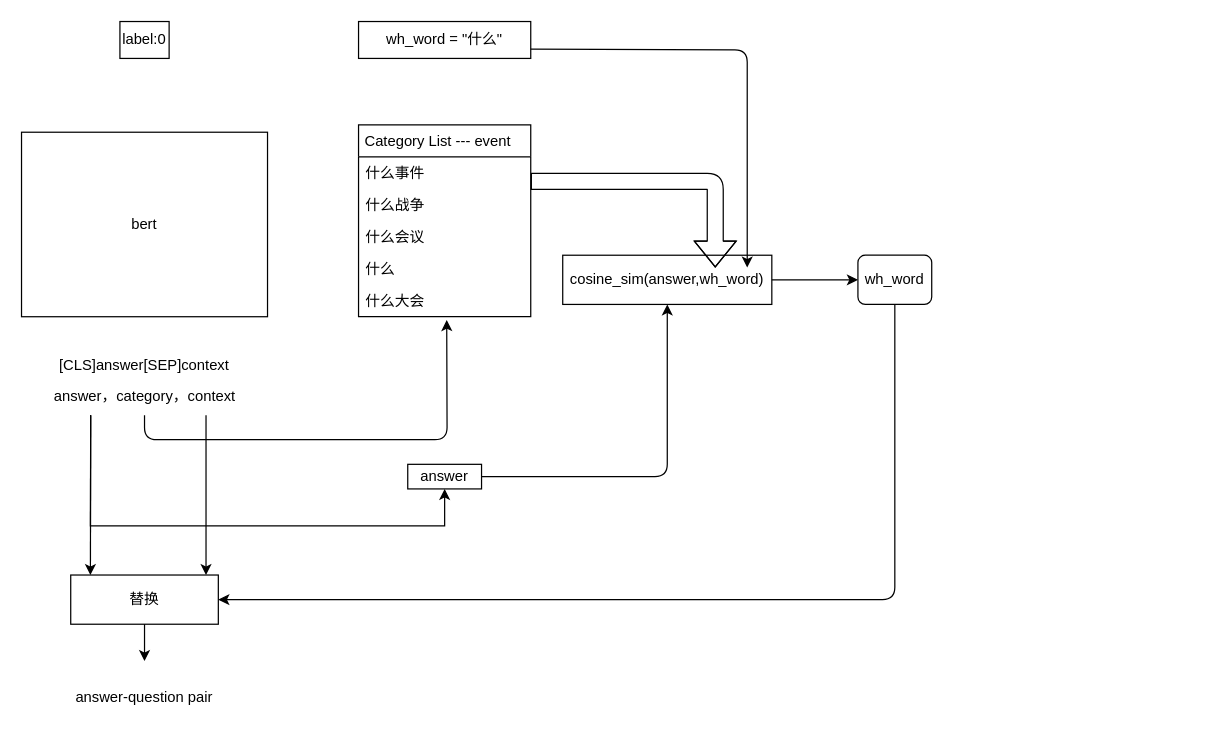
Before: QAG.drawio in FantasyoO666/Multi_Model_Classification, a draw.io diagram. Source tidied: cells renumbered, new cells numbered last; positions are measured from the earlier drawing's top-left corner, leaving out a move shared by most shapes. Both pictures are drawn from the tidied source at 123%, with x=0, y=0 at pixel (21, 21).
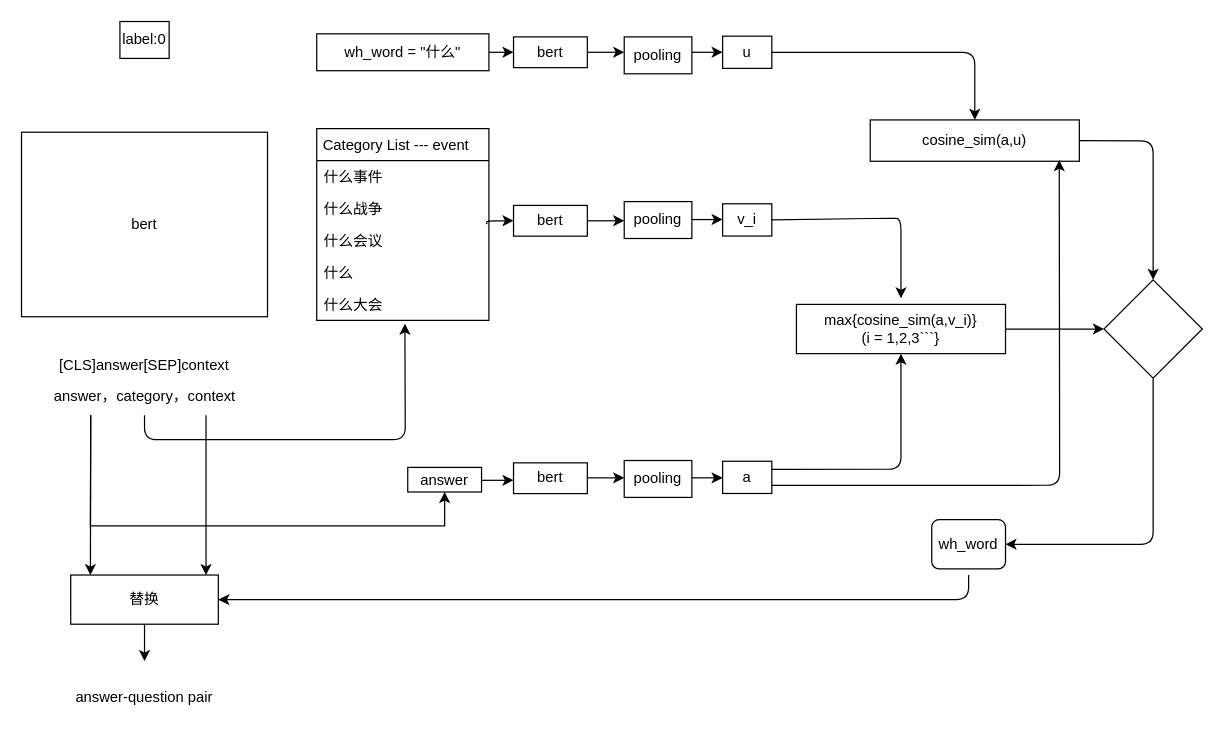
After the change.

Unchanged cells that the change refers to:
```xml
<mxCell id="6" value="answer，category，context" style="text;html=1;strokeColor=none;fillColor=none;align=center;verticalAlign=middle;whiteSpace=wrap;rounded=0;" parent="1" vertex="1">
  <mxGeometry x="12.5" y="290" width="175" height="30" as="geometry" />
</mxCell>
<mxCell id="10" value="什么会议" style="text;strokeColor=none;fillColor=none;align=left;verticalAlign=top;spacingLeft=4;spacingRight=4;overflow=hidden;points=[[0,0.5],[1,0.5]];portConstraint=eastwest;" parent="7" vertex="1">
  <mxGeometry y="78" width="140" height="26" as="geometry" />
</mxCell>
<mxCell id="12" value="什么大会" style="text;strokeColor=none;fillColor=none;align=left;verticalAlign=top;spacingLeft=4;spacingRight=4;overflow=hidden;points=[[0,0.5],[1,0.5]];portConstraint=eastwest;" parent="7" vertex="1">
  <mxGeometry y="130" width="140" height="26" as="geometry" />
</mxCell>
<mxCell id="25" value="替换" style="rounded=0;whiteSpace=wrap;html=1;strokeColor=#000000;align=center;" parent="1" vertex="1">
  <mxGeometry x="40" y="450" width="120" height="40" as="geometry" />
</mxCell>
```

What changed in the source:
````diff
@@
     <mxCell id="4" value="wh_word = &quot;什么&quot;" style="rounded=0;whiteSpace=wrap;html=1;" parent="1" vertex="1">
-      <mxGeometry x="274" width="140" height="30" as="geometry" />
+      <mxGeometry x="240" y="10" width="140" height="30" as="geometry" />
     </mxCell>
@@
     <mxCell id="7" value=" Category List --- event" style="swimlane;fontStyle=0;horizontal=1;startSize=26;align=left;" parent="1" vertex="1">
-      <mxGeometry x="274" y="84" width="140" height="156" as="geometry" />
+      <mxGeometry x="240" y="87" width="140" height="156" as="geometry" />
     </mxCell>
@@
+    <mxCell id="28" style="edgeStyle=elbowEdgeStyle;rounded=0;jettySize=auto;elbow=vertical;html=1;" parent="1" edge="1" source="13" target="32">
+      <mxGeometry relative="1" as="geometry" />
+    </mxCell>
     <mxCell id="13" value="answer" style="text;html=1;fillColor=none;align=center;verticalAlign=middle;whiteSpace=wrap;rounded=0;strokeColor=#000000;" parent="1" vertex="1">
-      <mxGeometry x="314" y="360" width="60" height="20" as="geometry" />
+      <mxGeometry x="314" y="362.5" width="60" height="20" as="geometry" />
     </mxCell>
@@
     <mxCell id="15" style="endArrow=classic;html=1;exitX=0.5;exitY=1;exitDx=0;exitDy=0;entryX=0.512;entryY=1.103;entryDx=0;entryDy=0;entryPerimeter=0;" parent="1" edge="1" source="6" target="12">
       <mxGeometry relative="1" as="geometry">
         <Array as="points">
           <mxPoint x="100" y="340" />
           <mxPoint x="220" y="340" />
-          <mxPoint x="346" y="340" />
+          <mxPoint x="312" y="340" />
         </Array>
       </mxGeometry>
     </mxCell>
-    <mxCell id="16" value="cosine_sim(answer,wh_word)" style="rounded=0;whiteSpace=wrap;html=1;align=center;" parent="1" vertex="1">
-      <mxGeometry x="440" y="190" width="170" height="40" as="geometry" />
-    </mxCell>
-    <mxCell id="17" style="endArrow=classic;html=1;exitX=1;exitY=0.75;exitDx=0;exitDy=0;" parent="1" edge="1" source="4">
-      <mxGeometry relative="1" as="geometry">
-        <mxPoint x="590" y="200" as="targetPoint" />
-        <Array as="points">
-          <mxPoint x="590" y="23" />
-        </Array>
-      </mxGeometry>
-    </mxCell>
-    <mxCell id="18" style="shape=flexArrow;endArrow=classic;html=1;width=13;endSize=6.66;" parent="1" edge="1">
-      <mxGeometry relative="1" as="geometry">
-        <mxPoint x="414" y="130" as="sourcePoint" />
-        <mxPoint x="564" y="200" as="targetPoint" />
-        <Array as="points">
-          <mxPoint x="444" y="130" />
-          <mxPoint x="564" y="130" />
-        </Array>
-      </mxGeometry>
-    </mxCell>
-    <mxCell id="19" style="endArrow=classic;html=1;exitX=1;exitY=0.5;exitDx=0;exitDy=0;entryX=0.5;entryY=1;entryDx=0;entryDy=0;" parent="1" edge="1" source="13" target="16">
-      <mxGeometry relative="1" as="geometry">
-        <Array as="points">
-          <mxPoint x="525" y="370" />
-        </Array>
-      </mxGeometry>
-    </mxCell>
-    <mxCell id="20" style="endArrow=classic;html=1;exitX=1;exitY=0.5;exitDx=0;exitDy=0;" parent="1" edge="1" source="16" target="21">
-      <mxGeometry relative="1" as="geometry" />
-    </mxCell>
     <mxCell id="21" value="wh_word" style="rounded=1;whiteSpace=wrap;html=1;strokeColor=#000000;align=center;" parent="1" vertex="1">
-      <mxGeometry x="680" y="190" width="60" height="40" as="geometry" />
+      <mxGeometry x="740" y="405" width="60" height="40" as="geometry" />
     </mxCell>
-    <mxCell id="22" style="endArrow=classic;html=1;exitX=0.5;exitY=1;exitDx=0;exitDy=0;entryX=1;entryY=0.5;entryDx=0;entryDy=0;" parent="1" edge="1" source="21" target="25">
-      <mxGeometry relative="1" as="geometry">
-        <Array as="points">
-          <mxPoint x="710" y="470" />
-          <mxPoint x="240" y="470" />
-        </Array>
-      </mxGeometry>
-    </mxCell>
@@
+    <mxCell id="29" style="edgeStyle=elbowEdgeStyle;rounded=0;jettySize=auto;elbow=vertical;html=1;" parent="1" edge="1" source="30" target="51">
+      <mxGeometry relative="1" as="geometry" />
+    </mxCell>
+    <mxCell id="30" value="max{cosine_sim(a,v_i)}&lt;br&gt;(i = 1,2,3```}" style="rounded=0;whiteSpace=wrap;html=1;align=center;" parent="1" vertex="1">
+      <mxGeometry x="630" y="230" width="170" height="40" as="geometry" />
+    </mxCell>
+    <mxCell id="31" style="edgeStyle=elbowEdgeStyle;rounded=0;jettySize=auto;elbow=vertical;html=1;" parent="1" edge="1" source="32" target="34">
+      <mxGeometry relative="1" as="geometry" />
+    </mxCell>
+    <mxCell id="32" value="bert" style="rounded=0;whiteSpace=wrap;html=1;strokeColor=#000000;align=center;" parent="1" vertex="1">
+      <mxGeometry x="400" y="358.8" width="60" height="25" as="geometry" />
+    </mxCell>
+    <mxCell id="33" style="edgeStyle=elbowEdgeStyle;rounded=0;jettySize=auto;elbow=vertical;html=1;" parent="1" edge="1" source="34" target="35">
+      <mxGeometry relative="1" as="geometry" />
+    </mxCell>
+    <mxCell id="34" value="pooling" style="whiteSpace=wrap;html=1;rounded=0;" parent="1" vertex="1">
+      <mxGeometry x="490" y="356.9" width="55" height="30" as="geometry" />
+    </mxCell>
+    <mxCell id="35" value="a" style="whiteSpace=wrap;html=1;rounded=0;" parent="1" vertex="1">
+      <mxGeometry x="570" y="357.5" width="40" height="26.2" as="geometry" />
+    </mxCell>
+    <mxCell id="36" style="edgeStyle=elbowEdgeStyle;rounded=0;jettySize=auto;elbow=vertical;html=1;" parent="1" edge="1" source="37" target="39">
+      <mxGeometry relative="1" as="geometry" />
+    </mxCell>
+    <mxCell id="37" value="bert" style="rounded=0;whiteSpace=wrap;html=1;strokeColor=#000000;align=center;" parent="1" vertex="1">
+      <mxGeometry x="400" y="149.5" width="60" height="25" as="geometry" />
+    </mxCell>
+    <mxCell id="38" style="edgeStyle=elbowEdgeStyle;rounded=0;jettySize=auto;elbow=vertical;html=1;" parent="1" edge="1" source="39" target="40">
+      <mxGeometry relative="1" as="geometry" />
+    </mxCell>
+    <mxCell id="39" value="pooling" style="whiteSpace=wrap;html=1;rounded=0;" parent="1" vertex="1">
+      <mxGeometry x="490" y="146.4" width="55" height="30" as="geometry" />
+    </mxCell>
+    <mxCell id="40" value="v_i" style="whiteSpace=wrap;html=1;rounded=0;" parent="1" vertex="1">
+      <mxGeometry x="570" y="148.2" width="40" height="26.2" as="geometry" />
+    </mxCell>
+    <mxCell id="41" style="edgeStyle=elbowEdgeStyle;rounded=0;jettySize=auto;elbow=vertical;html=1;" parent="1" edge="1" source="42" target="44">
+      <mxGeometry relative="1" as="geometry" />
+    </mxCell>
+    <mxCell id="42" value="bert" style="rounded=0;whiteSpace=wrap;html=1;strokeColor=#000000;align=center;" parent="1" vertex="1">
+      <mxGeometry x="400" y="12.5" width="60" height="25" as="geometry" />
+    </mxCell>
+    <mxCell id="43" style="edgeStyle=elbowEdgeStyle;rounded=0;jettySize=auto;elbow=vertical;html=1;" parent="1" edge="1" source="44" target="45">
+      <mxGeometry relative="1" as="geometry" />
+    </mxCell>
+    <mxCell id="44" value="pooling" style="whiteSpace=wrap;html=1;rounded=0;" parent="1" vertex="1">
+      <mxGeometry x="490" y="12.5" width="55" height="30" as="geometry" />
+    </mxCell>
+    <mxCell id="45" value="u" style="whiteSpace=wrap;html=1;rounded=0;" parent="1" vertex="1">
+      <mxGeometry x="570" y="11.9" width="40" height="26.2" as="geometry" />
+    </mxCell>
+    <mxCell id="46" value="cosine_sim(a,u)" style="rounded=0;whiteSpace=wrap;html=1;align=center;" parent="1" vertex="1">
+      <mxGeometry x="690" y="80" width="170" height="33.6" as="geometry" />
+    </mxCell>
+    <mxCell id="47" style="endArrow=classic;html=1;exitX=1;exitY=0.25;exitDx=0;exitDy=0;entryX=0.5;entryY=1;entryDx=0;entryDy=0;" parent="1" edge="1" source="35" target="30">
+      <mxGeometry relative="1" as="geometry">
+        <Array as="points">
+          <mxPoint x="715" y="364" />
+        </Array>
+      </mxGeometry>
+    </mxCell>
+    <mxCell id="48" style="endArrow=classic;html=1;exitX=1;exitY=0.75;exitDx=0;exitDy=0;entryX=0.904;entryY=0.972;entryDx=0;entryDy=0;entryPerimeter=0;" parent="1" edge="1" source="35" target="46">
+      <mxGeometry relative="1" as="geometry">
+        <Array as="points">
+          <mxPoint x="844" y="377" />
+        </Array>
+      </mxGeometry>
+    </mxCell>
+    <mxCell id="49" style="endArrow=classic;html=1;exitX=1;exitY=0.5;exitDx=0;exitDy=0;" parent="1" edge="1" source="40">
+      <mxGeometry relative="1" as="geometry">
+        <mxPoint x="715" y="225" as="targetPoint" />
+        <Array as="points">
+          <mxPoint x="700" y="160" />
+          <mxPoint x="715" y="160" />
+        </Array>
+      </mxGeometry>
+    </mxCell>
+    <mxCell id="50" style="endArrow=classic;html=1;exitX=1;exitY=0.5;exitDx=0;exitDy=0;entryX=0.5;entryY=0;entryDx=0;entryDy=0;" parent="1" edge="1" source="45" target="46">
+      <mxGeometry relative="1" as="geometry">
+        <Array as="points">
+          <mxPoint x="775" y="25" />
+        </Array>
+      </mxGeometry>
+    </mxCell>
+    <mxCell id="51" style="rhombus;whiteSpace=wrap;html=1;rounded=0;" parent="1" vertex="1">
+      <mxGeometry x="880" y="210" width="80" height="80" as="geometry" />
+    </mxCell>
+    <mxCell id="52" style="endArrow=classic;html=1;exitX=1;exitY=0.5;exitDx=0;exitDy=0;entryX=0.5;entryY=0;entryDx=0;entryDy=0;" parent="1" edge="1" source="46" target="51">
+      <mxGeometry relative="1" as="geometry">
+        <Array as="points">
+          <mxPoint x="920" y="97" />
+        </Array>
+      </mxGeometry>
+    </mxCell>
+    <mxCell id="53" style="endArrow=classic;html=1;exitX=0.5;exitY=1;exitDx=0;exitDy=0;entryX=1;entryY=0.5;entryDx=0;entryDy=0;" parent="1" edge="1" source="51" target="21">
+      <mxGeometry relative="1" as="geometry">
+        <Array as="points">
+          <mxPoint x="920" y="425" />
+        </Array>
+      </mxGeometry>
+    </mxCell>
+    <mxCell id="54" style="endArrow=classic;html=1;entryX=0;entryY=0.5;entryDx=0;entryDy=0;exitX=0.988;exitY=-0.013;exitDx=0;exitDy=0;exitPerimeter=0;" parent="1" edge="1" source="10" target="37">
+      <mxGeometry relative="1" as="geometry">
+        <Array as="points">
+          <mxPoint x="378" y="162" />
+        </Array>
+      </mxGeometry>
+    </mxCell>
+    <mxCell id="55" style="endArrow=classic;html=1;" parent="1" edge="1">
+      <mxGeometry relative="1" as="geometry">
+        <mxPoint x="770" y="450" as="sourcePoint" />
+        <mxPoint x="160" y="470" as="targetPoint" />
+        <Array as="points">
+          <mxPoint x="770" y="470" />
+        </Array>
+      </mxGeometry>
+    </mxCell>
+    <mxCell id="56" style="endArrow=classic;html=1;exitX=1;exitY=0.5;exitDx=0;exitDy=0;" parent="1" edge="1" source="4">
+      <mxGeometry relative="1" as="geometry">
+        <mxPoint x="400" y="25" as="targetPoint" />
+      </mxGeometry>
+    </mxCell>
````
